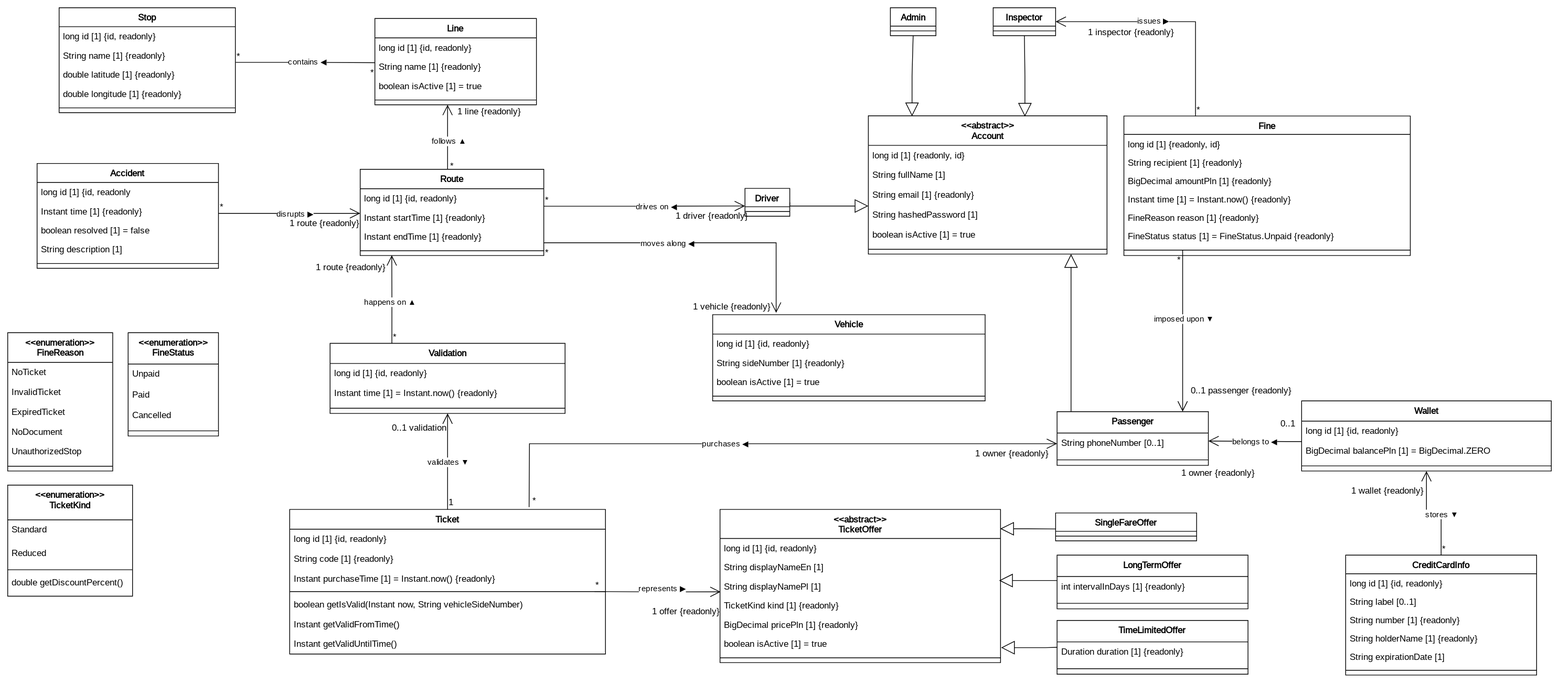
This is documentation/course/e1/images/information-model-class-diagram.drawio.svg from PWR-ACS-SE-24/SoftwareSystemDesign, a draw.io export, as it was before one commit. Source tidied: cells renumbered, new cells last; positions are measured from the earlier drawing's top-left corner, leaving out a move shared by most shapes.
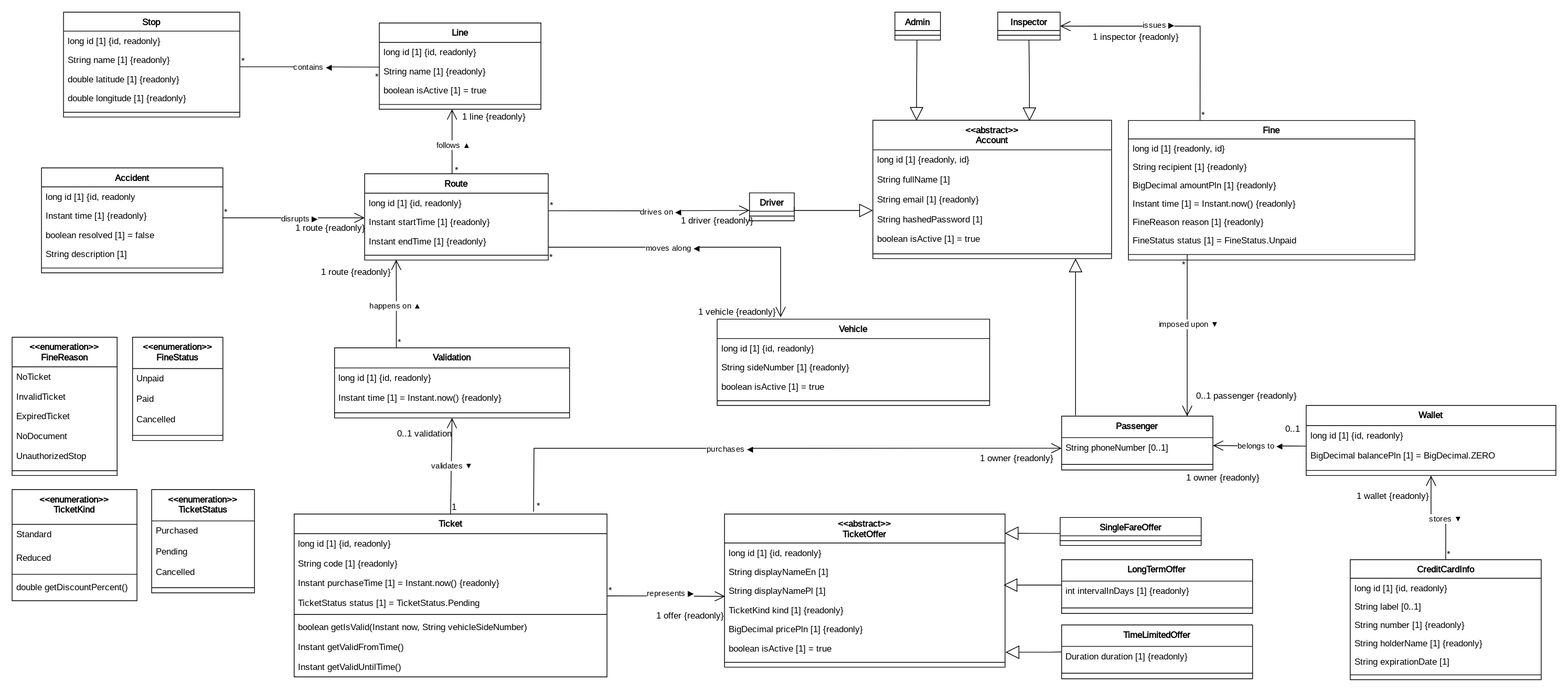
After the commit.

What changed in the source:
```diff
@@ -143,7 +143,7 @@
     <mxCell id="48" value="FineReason reason [1] {readonly}" style="text;strokeColor=none;fillColor=none;align=left;verticalAlign=top;spacingLeft=4;spacingRight=4;overflow=hidden;fontFamily=JetBrains Mono;fontStyle=0;fontSource=https%3A%2F%2Ffonts.googleapis.com%2Fcss%3Ffamily%3DJetBrains%2BMono;" parent="43" vertex="1">
       <mxGeometry y="125.1" width="390" height="25" as="geometry" />
     </mxCell>
-    <mxCell id="49" value="FineStatus status [1] = FineStatus.Unpaid {readonly}" style="text;strokeColor=none;fillColor=none;align=left;verticalAlign=top;spacingLeft=4;spacingRight=4;overflow=hidden;fontFamily=JetBrains Mono;fontStyle=0;fontSource=https%3A%2F%2Ffonts.googleapis.com%2Fcss%3Ffamily%3DJetBrains%2BMono;" parent="43" vertex="1">
+    <mxCell id="49" value="FineStatus status [1] = FineStatus.Unpaid" style="text;strokeColor=none;fillColor=none;align=left;verticalAlign=top;spacingLeft=4;spacingRight=4;overflow=hidden;fontFamily=JetBrains Mono;fontStyle=0;fontSource=https%3A%2F%2Ffonts.googleapis.com%2Fcss%3Ffamily%3DJetBrains%2BMono;" parent="43" vertex="1">
       <mxGeometry y="150.1" width="390" height="25" as="geometry" />
     </mxCell>
     <mxCell id="50" style="line;strokeWidth=1;fillColor=none;align=left;verticalAlign=middle;spacingTop=-1;spacingLeft=3;spacingRight=3;labelPosition=right;strokeColor=inherit;fontFamily=JetBrains Mono;fontStyle=0;fontSource=https%3A%2F%2Ffonts.googleapis.com%2Fcss%3Ffamily%3DJetBrains%2BMono;" parent="43" vertex="1">
@@ -228,28 +228,31 @@
       <mxGeometry y="129.8" width="240" height="13" as="geometry" />
     </mxCell>
     <mxCell id="77" value="Ticket" style="swimlane;fontStyle=1;align=center;verticalAlign=top;horizontal=1;startSize=26.857142857142858;fontFamily=JetBrains Mono;fontSource=https%3A%2F%2Ffonts.googleapis.com%2Fcss%3Ffamily%3DJetBrains%2BMono;" parent="1" vertex="1">
-      <mxGeometry x="384" y="683.2" width="430" height="196.9" as="geometry" />
+      <mxGeometry x="384" y="683.2" width="426" height="221.9" as="geometry" />
     </mxCell>
     <mxCell id="78" value="long id [1] {id, readonly}" style="text;strokeColor=none;fillColor=none;align=left;verticalAlign=top;spacingLeft=4;spacingRight=4;overflow=hidden;fontFamily=JetBrains Mono;fontStyle=0;fontSource=https%3A%2F%2Ffonts.googleapis.com%2Fcss%3Ffamily%3DJetBrains%2BMono;" parent="77" vertex="1">
-      <mxGeometry y="26.9" width="430" height="27" as="geometry" />
+      <mxGeometry y="26.9" width="426" height="27" as="geometry" />
     </mxCell>
     <mxCell id="79" value="String code [1] {readonly}" style="text;strokeColor=none;fillColor=none;align=left;verticalAlign=top;spacingLeft=4;spacingRight=4;overflow=hidden;fontFamily=JetBrains Mono;fontStyle=0;fontSource=https%3A%2F%2Ffonts.googleapis.com%2Fcss%3Ffamily%3DJetBrains%2BMono;" parent="77" vertex="1">
-      <mxGeometry y="53.9" width="430" height="27" as="geometry" />
+      <mxGeometry y="53.9" width="426" height="27" as="geometry" />
     </mxCell>
     <mxCell id="80" value="Instant purchaseTime [1] = Instant.now() {readonly}" style="text;strokeColor=none;fillColor=none;align=left;verticalAlign=top;spacingLeft=4;spacingRight=4;overflow=hidden;fontFamily=JetBrains Mono;fontStyle=0;fontSource=https%3A%2F%2Ffonts.googleapis.com%2Fcss%3Ffamily%3DJetBrains%2BMono;" parent="77" vertex="1">
-      <mxGeometry y="80.9" width="430" height="27" as="geometry" />
+      <mxGeometry y="80.9" width="426" height="27" as="geometry" />
     </mxCell>
+    <mxCell id="168" value="TicketStatus status [1] = TicketStatus.Pending" style="text;strokeColor=none;fillColor=none;align=left;verticalAlign=top;spacingLeft=4;spacingRight=4;overflow=hidden;points=[[0,0.5],[1,0.5]];portConstraint=eastwest;fontFamily=JetBrains Mono;fontStyle=0;fontSource=https%3A%2F%2Ffonts.googleapis.com%2Fcss%3Ffamily%3DJetBrains%2BMono;" parent="77" vertex="1">
+      <mxGeometry y="107.9" width="426" height="25" as="geometry" />
+    </mxCell>
     <mxCell id="81" style="line;strokeWidth=1;fillColor=none;align=left;verticalAlign=middle;spacingTop=-1;spacingLeft=3;spacingRight=3;labelPosition=right;strokeColor=inherit;fontFamily=JetBrains Mono;fontStyle=0;fontSource=https%3A%2F%2Ffonts.googleapis.com%2Fcss%3Ffamily%3DJetBrains%2BMono;" parent="77" vertex="1">
-      <mxGeometry y="107.9" width="430" height="8" as="geometry" />
+      <mxGeometry y="132.9" width="426" height="8" as="geometry" />
     </mxCell>
     <mxCell id="82" value="boolean getIsValid(Instant now, String vehicleSideNumber)" style="text;strokeColor=none;fillColor=none;align=left;verticalAlign=top;spacingLeft=4;spacingRight=4;overflow=hidden;fontFamily=JetBrains Mono;fontStyle=0;fontSource=https%3A%2F%2Ffonts.googleapis.com%2Fcss%3Ffamily%3DJetBrains%2BMono;" parent="77" vertex="1">
-      <mxGeometry y="115.9" width="430" height="27" as="geometry" />
+      <mxGeometry y="140.9" width="426" height="27" as="geometry" />
     </mxCell>
     <mxCell id="83" value="Instant getValidFromTime()" style="text;strokeColor=none;fillColor=none;align=left;verticalAlign=top;spacingLeft=4;spacingRight=4;overflow=hidden;fontFamily=JetBrains Mono;fontStyle=0;fontSource=https%3A%2F%2Ffonts.googleapis.com%2Fcss%3Ffamily%3DJetBrains%2BMono;" parent="77" vertex="1">
-      <mxGeometry y="142.9" width="430" height="27" as="geometry" />
+      <mxGeometry y="167.9" width="426" height="27" as="geometry" />
     </mxCell>
     <mxCell id="84" value="Instant getValidUntilTime()" style="text;strokeColor=none;fillColor=none;align=left;verticalAlign=top;spacingLeft=4;spacingRight=4;overflow=hidden;fontFamily=JetBrains Mono;fontStyle=0;fontSource=https%3A%2F%2Ffonts.googleapis.com%2Fcss%3Ffamily%3DJetBrains%2BMono;" parent="77" vertex="1">
-      <mxGeometry y="169.9" width="430" height="27" as="geometry" />
+      <mxGeometry y="194.9" width="426" height="27" as="geometry" />
     </mxCell>
     <mxCell id="85" value="TimeLimitedOffer" style="swimlane;fontStyle=1;align=center;verticalAlign=top;horizontal=1;startSize=29.2;fontFamily=JetBrains Mono;fontSource=https%3A%2F%2Ffonts.googleapis.com%2Fcss%3Ffamily%3DJetBrains%2BMono;" parent="1" vertex="1">
       <mxGeometry x="1429" y="834.3" width="260" height="73.2" as="geometry" />
@@ -507,10 +510,8 @@
         <mxPoint x="-6" y="-2" as="offset" />
       </mxGeometry>
     </mxCell>
-    <mxCell id="148" style="startArrow=none;endArrow=open;endSize=12;entryX=0.002;entryY=0.794;rounded=0;entryDx=0;entryDy=0;entryPerimeter=0;edgeStyle=orthogonalEdgeStyle;fontFamily=JetBrains Mono;fontStyle=0;fontSource=https%3A%2F%2Ffonts.googleapis.com%2Fcss%3Ffamily%3DJetBrains%2BMono;" parent="1" edge="1" target="91">
-      <mxGeometry relative="1" as="geometry">
-        <mxPoint x="799" y="795" as="sourcePoint" />
-      </mxGeometry>
+    <mxCell id="148" style="startArrow=none;endArrow=open;endSize=12;entryX=0.002;entryY=0.794;rounded=0;entryDx=0;entryDy=0;entryPerimeter=0;edgeStyle=orthogonalEdgeStyle;fontFamily=JetBrains Mono;fontStyle=0;fontSource=https%3A%2F%2Ffonts.googleapis.com%2Fcss%3Ffamily%3DJetBrains%2BMono;exitX=1.001;exitY=0.146;exitDx=0;exitDy=0;exitPerimeter=0;" parent="1" edge="1" source="168" target="91">
+      <mxGeometry relative="1" as="geometry" />
     </mxCell>
     <mxCell id="149" value="*" style="edgeLabel;labelBackgroundColor=none;fontSize=12;align=left;verticalAlign=bottom;fontFamily=JetBrains Mono;fontStyle=0;fontSource=https%3A%2F%2Ffonts.googleapis.com%2Fcss%3Ffamily%3DJetBrains%2BMono;" parent="148" vertex="1">
       <mxGeometry x="-1" relative="1" as="geometry" />
@@ -601,5 +602,20 @@
     <mxCell id="167" value="purchases ◀ " style="edgeLabel;html=1;align=center;verticalAlign=middle;fontFamily=JetBrains Mono;fontStyle=0;fontSource=https%3A%2F%2Ffonts.googleapis.com%2Fcss%3Ffamily%3DJetBrains%2BMono;" parent="164" vertex="1">
       <mxGeometry x="-0.12" relative="1" as="geometry" />
     </mxCell>
+    <mxCell id="169" value="&lt;&lt;enumeration&gt;&gt;&#10;TicketStatus" style="swimlane;fontStyle=1;align=center;verticalAlign=top;horizontal=1;startSize=42.599999999999994;fontFamily=JetBrains Mono;fontSource=https%3A%2F%2Ffonts.googleapis.com%2Fcss%3Ffamily%3DJetBrains%2BMono;" parent="1" vertex="1">
+      <mxGeometry x="190" y="650" width="140" height="140.6" as="geometry" />
+    </mxCell>
+    <mxCell id="170" value="Purchased" style="text;strokeColor=none;fillColor=none;align=left;verticalAlign=top;spacingLeft=4;spacingRight=4;overflow=hidden;fontFamily=JetBrains Mono;fontStyle=0;fontSource=https%3A%2F%2Ffonts.googleapis.com%2Fcss%3Ffamily%3DJetBrains%2BMono;" parent="169" vertex="1">
+      <mxGeometry y="42.6" width="140" height="28" as="geometry" />
+    </mxCell>
+    <mxCell id="171" value="Pending" style="text;strokeColor=none;fillColor=none;align=left;verticalAlign=top;spacingLeft=4;spacingRight=4;overflow=hidden;fontFamily=JetBrains Mono;fontStyle=0;fontSource=https%3A%2F%2Ffonts.googleapis.com%2Fcss%3Ffamily%3DJetBrains%2BMono;" parent="169" vertex="1">
+      <mxGeometry y="70.6" width="140" height="28" as="geometry" />
+    </mxCell>
+    <mxCell id="172" value="Cancelled" style="text;strokeColor=none;fillColor=none;align=left;verticalAlign=top;spacingLeft=4;spacingRight=4;overflow=hidden;fontFamily=JetBrains Mono;fontStyle=0;fontSource=https%3A%2F%2Ffonts.googleapis.com%2Fcss%3Ffamily%3DJetBrains%2BMono;" parent="169" vertex="1">
+      <mxGeometry y="98.6" width="140" height="28" as="geometry" />
+    </mxCell>
+    <mxCell id="173" style="line;strokeWidth=1;fillColor=none;align=left;verticalAlign=middle;spacingTop=-1;spacingLeft=3;spacingRight=3;labelPosition=right;strokeColor=inherit;fontFamily=JetBrains Mono;fontStyle=0;fontSource=https%3A%2F%2Ffonts.googleapis.com%2Fcss%3Ffamily%3DJetBrains%2BMono;" parent="169" vertex="1">
+      <mxGeometry y="126.6" width="140" height="14" as="geometry" />
+    </mxCell>
   </root>
 </mxGraphModel>
```
